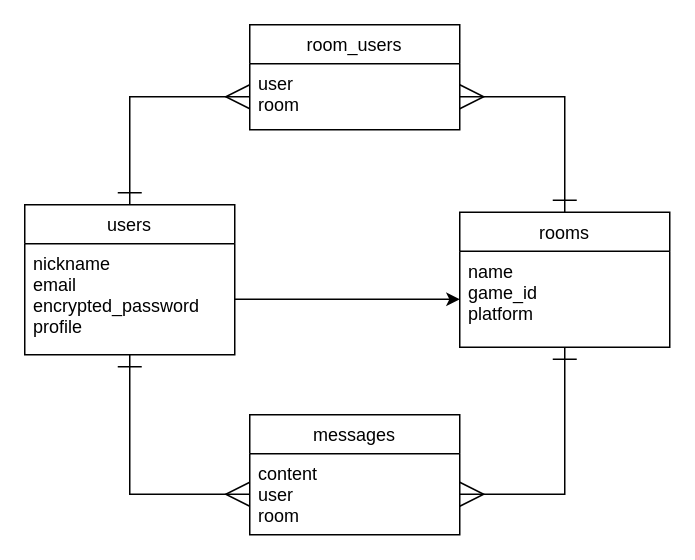
masa-1016/game_matching keeps this draw.io diagram as ER図.dio. Above is the earlier version. Source tidied: cells renumbered, new cells numbered last; positions are measured from the earlier drawing's top-left corner, leaving out a move shared by most shapes. Both pictures are drawn from the tidied source at 150%, with x=0, y=0 at pixel (24, 24).
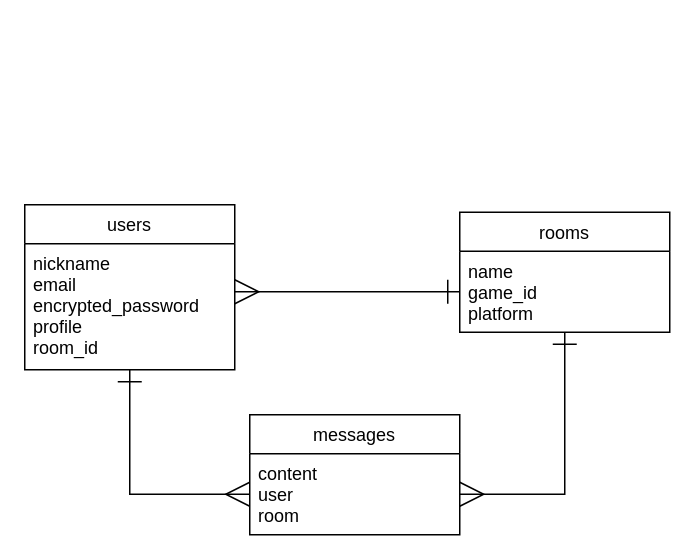
After the change.

Change to the diagram source:
```diff
@@
 <mxGraphModel>
   <root>
     <mxCell id="0" />
     <mxCell id="1" parent="0" />
-    <mxCell id="2" style="edgeStyle=orthogonalEdgeStyle;rounded=0;jettySize=auto;html=1;exitX=0.5;exitY=0;exitDx=0;exitDy=0;entryX=0;entryY=0.5;entryDx=0;entryDy=0;startSize=14;sourcePerimeterSpacing=0;endArrow=ERmany;endFill=0;endSize=14;strokeWidth=1;startArrow=ERone;startFill=0;" parent="1" edge="1" source="4" target="13">
-      <mxGeometry relative="1" as="geometry" />
-    </mxCell>
     <mxCell id="3" style="edgeStyle=orthogonalEdgeStyle;rounded=0;jettySize=auto;html=1;entryX=0;entryY=0.5;entryDx=0;entryDy=0;startSize=14;sourcePerimeterSpacing=0;endArrow=ERmany;endFill=0;endSize=14;strokeWidth=1;startArrow=ERone;startFill=0;" parent="1" edge="1" source="4" target="11">
       <mxGeometry relative="1" as="geometry" />
     </mxCell>
     <mxCell id="4" value="users" style="swimlane;fontStyle=0;horizontal=1;startSize=26;fillColor=none;" parent="1" vertex="1">
-      <mxGeometry y="120" width="140" height="100" as="geometry" />
+      <mxGeometry y="120" width="140" height="110" as="geometry" />
     </mxCell>
-    <mxCell id="5" value="nickname&#10;email&#10;encrypted_password&#10;profile" style="text;strokeColor=none;fillColor=none;align=left;verticalAlign=top;spacingLeft=4;spacingRight=4;overflow=hidden;points=[[0,0.5],[1,0.5]];portConstraint=eastwest;" parent="4" vertex="1">
-      <mxGeometry y="26" width="140" height="74" as="geometry" />
+    <mxCell id="5" value="nickname&#10;email&#10;encrypted_password&#10;profile&#10;room_id" style="text;strokeColor=none;fillColor=none;align=left;verticalAlign=top;spacingLeft=4;spacingRight=4;overflow=hidden;points=[[0,0.5],[1,0.5]];portConstraint=eastwest;" parent="4" vertex="1">
+      <mxGeometry y="26" width="140" height="84" as="geometry" />
     </mxCell>
-    <mxCell id="6" style="edgeStyle=orthogonalEdgeStyle;rounded=0;jettySize=auto;html=1;exitX=0.5;exitY=0;exitDx=0;exitDy=0;entryX=1;entryY=0.5;entryDx=0;entryDy=0;startSize=14;sourcePerimeterSpacing=0;endArrow=ERmany;endFill=0;endSize=14;strokeWidth=1;startArrow=ERone;startFill=0;" parent="1" edge="1" source="8" target="13">
-      <mxGeometry relative="1" as="geometry" />
-    </mxCell>
     <mxCell id="7" style="edgeStyle=orthogonalEdgeStyle;rounded=0;jettySize=auto;html=1;entryX=1;entryY=0.5;entryDx=0;entryDy=0;startSize=14;sourcePerimeterSpacing=0;endArrow=ERmany;endFill=0;endSize=14;strokeWidth=1;startArrow=ERone;startFill=0;" parent="1" edge="1" source="8" target="11">
       <mxGeometry relative="1" as="geometry" />
     </mxCell>
     <mxCell id="8" value="rooms" style="swimlane;fontStyle=0;horizontal=1;startSize=26;fillColor=none;" parent="1" vertex="1">
-      <mxGeometry x="290" y="125" width="140" height="90" as="geometry" />
+      <mxGeometry x="290" y="125" width="140" height="80" as="geometry" />
     </mxCell>
-    <mxCell id="9" value="name&#10;game_id&#10;platform&#10;" style="text;strokeColor=none;fillColor=none;align=left;verticalAlign=top;spacingLeft=4;spacingRight=4;overflow=hidden;points=[[0,0.5],[1,0.5]];portConstraint=eastwest;" parent="8" vertex="1">
-      <mxGeometry y="26" width="140" height="64" as="geometry" />
+    <mxCell id="9" value="name&#10;game_id&#10;platform" style="text;strokeColor=none;fillColor=none;align=left;verticalAlign=top;spacingLeft=4;spacingRight=4;overflow=hidden;points=[[0,0.5],[1,0.5]];portConstraint=eastwest;" parent="8" vertex="1">
+      <mxGeometry y="26" width="140" height="54" as="geometry" />
     </mxCell>
     <mxCell id="10" value="messages" style="swimlane;fontStyle=0;horizontal=1;startSize=26;fillColor=none;" parent="1" vertex="1">
       <mxGeometry x="150" y="260" width="140" height="80" as="geometry" />
     </mxCell>
     <mxCell id="11" value="content&#10;user&#10;room" style="text;strokeColor=none;fillColor=none;align=left;verticalAlign=top;spacingLeft=4;spacingRight=4;overflow=hidden;points=[[0,0.5],[1,0.5]];portConstraint=eastwest;" parent="10" vertex="1">
       <mxGeometry y="26" width="140" height="54" as="geometry" />
     </mxCell>
-    <mxCell id="12" value="room_users" style="swimlane;fontStyle=0;horizontal=1;startSize=26;fillColor=none;" parent="1" vertex="1">
-      <mxGeometry x="150" width="140" height="70" as="geometry" />
-    </mxCell>
-    <mxCell id="13" value="user&#10;room" style="text;strokeColor=none;fillColor=none;align=left;verticalAlign=top;spacingLeft=4;spacingRight=4;overflow=hidden;points=[[0,0.5],[1,0.5]];portConstraint=eastwest;" parent="12" vertex="1">
-      <mxGeometry y="26" width="140" height="44" as="geometry" />
-    </mxCell>
-    <mxCell id="14" style="edgeStyle=orthogonalEdgeStyle;rounded=0;jettySize=auto;html=1;entryX=0;entryY=0.5;entryDx=0;entryDy=0;" parent="1" edge="1" source="5" target="9">
-      <mxGeometry relative="1" as="geometry" />
+    <mxCell id="14" style="edgeStyle=orthogonalEdgeStyle;rounded=0;jettySize=auto;html=1;entryX=0;entryY=0.5;entryDx=0;entryDy=0;startArrow=ERmany;startFill=0;endArrow=ERone;endFill=0;endSize=14;startSize=14;" parent="1" edge="1" source="5" target="9">
+      <mxGeometry relative="1" as="geometry">
+        <Array as="points">
+          <mxPoint x="210" y="178" />
+          <mxPoint x="210" y="178" />
+        </Array>
+      </mxGeometry>
     </mxCell>
   </root>
 </mxGraphModel>
```
